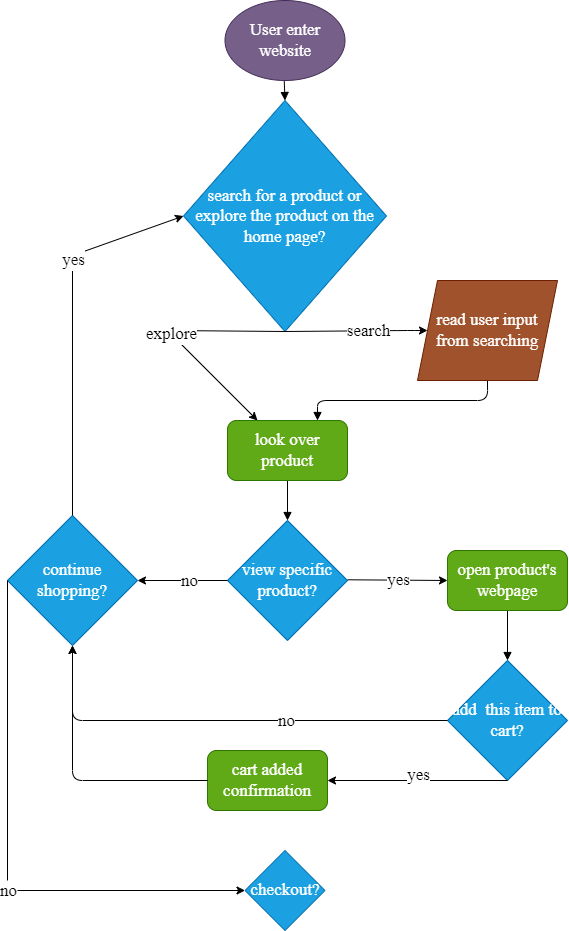
The draw.io diagram explore/diagramming/diagram.drawio.png in ZiyuWang0113/fa22-cse110-lab4, before a commit. Source tidied: cells renumbered, new cells last; positions are measured from the earlier drawing's top-left corner, leaving out a move shared by most shapes.
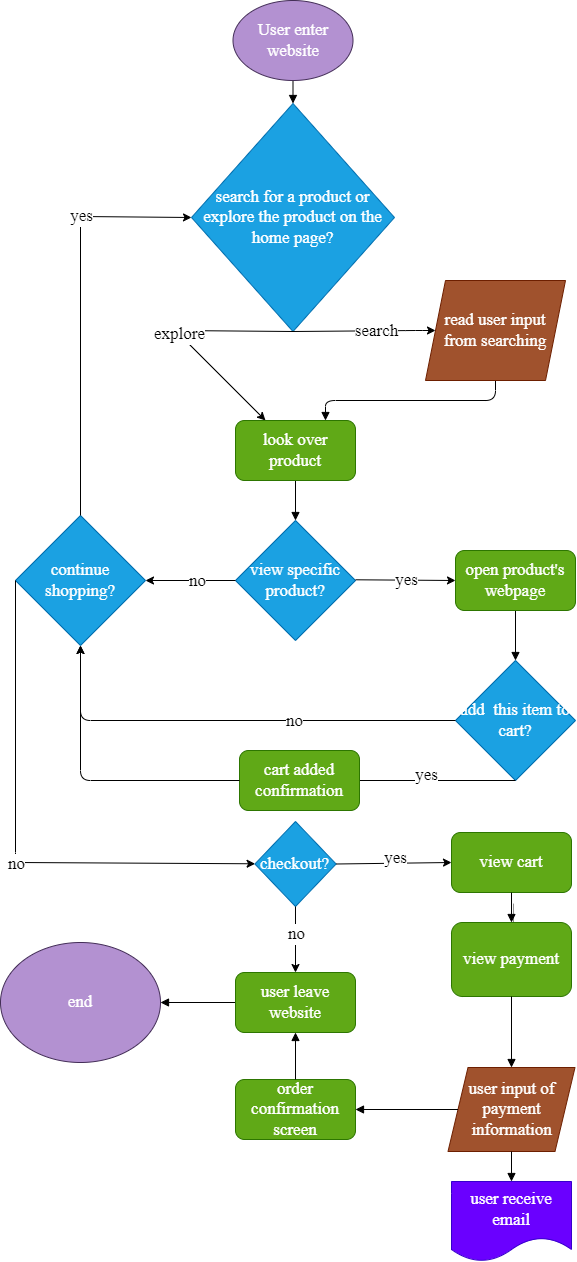
The same file after the commit.

What changed in the source:
```diff
@@ -6,7 +6,7 @@
       <mxGeometry relative="1" as="geometry" />
     </mxCell>
     <mxCell id="3" value="search for a product or explore the product on the home page?&lt;br&gt;" style="rhombus;whiteSpace=wrap;html=1;fillColor=#1ba1e2;fontColor=#FFFFFF;strokeColor=#006EAF;fontSize=17;fontFamily=Times New Roman;labelBorderColor=none;" parent="1" vertex="1">
-      <mxGeometry x="176" y="100" width="203" height="231" as="geometry" />
+      <mxGeometry x="176" y="103" width="203" height="228" as="geometry" />
     </mxCell>
     <mxCell id="4" style="endArrow=classic;html=1;fontSize=17;entryX=0;entryY=0.5;entryDx=0;entryDy=0;exitX=0.5;exitY=1;exitDx=0;exitDy=0;fontFamily=Times New Roman;fontColor=#FFFFFF;labelBorderColor=none;" parent="1" edge="1" source="3" target="11">
       <mxGeometry relative="1" as="geometry">
@@ -45,7 +45,7 @@
     <mxCell id="12" value="view specific product?&lt;br&gt;" style="rhombus;whiteSpace=wrap;html=1;fontSize=17;fillColor=#1ba1e2;fontColor=#FFFFFF;strokeColor=#006EAF;fontFamily=Times New Roman;labelBorderColor=none;" parent="1" vertex="1">
       <mxGeometry x="220" y="520" width="120" height="120" as="geometry" />
     </mxCell>
-    <mxCell id="13" value="User enter website" style="ellipse;whiteSpace=wrap;html=1;fillColor=#76608a;fontColor=#ffffff;strokeColor=#432D57;fontSize=17;fontFamily=Times New Roman;labelBorderColor=none;" parent="1" vertex="1">
+    <mxCell id="13" value="User enter website" style="ellipse;whiteSpace=wrap;html=1;fillColor=#B391D1;fontColor=#ffffff;strokeColor=#432D57;fontSize=17;fontFamily=Times New Roman;labelBorderColor=none;" parent="1" vertex="1">
       <mxGeometry x="217.5" width="120" height="80" as="geometry" />
     </mxCell>
     <mxCell id="14" style="endArrow=classic;html=1;fontSize=17;entryX=0;entryY=0.5;entryDx=0;entryDy=0;exitX=0.5;exitY=1;exitDx=0;exitDy=0;fontFamily=Times New Roman;fontColor=#FFFFFF;labelBorderColor=none;" parent="1" edge="1" target="17">
@@ -76,13 +76,13 @@
     <mxCell id="21" style="endArrow=classic;html=1;fontSize=17;exitX=0.5;exitY=0;exitDx=0;exitDy=0;entryX=0;entryY=0.5;entryDx=0;entryDy=0;fontFamily=Times New Roman;fontColor=#FFFFFF;labelBorderColor=none;" parent="1" edge="1" source="20" target="3">
       <mxGeometry relative="1" as="geometry">
         <Array as="points">
-          <mxPoint x="65" y="255" />
+          <mxPoint x="65" y="216" />
         </Array>
       </mxGeometry>
     </mxCell>
     <mxCell id="22" value="yes" style="edgeLabel;html=1;align=center;verticalAlign=middle;fontSize=17;fontFamily=Times New Roman;fontColor=#080808;labelBorderColor=none;labelBackgroundColor=#FFFFFF;" parent="21" vertex="1">
       <mxGeometry relative="1" as="geometry">
-        <mxPoint y="-66" as="offset" />
+        <mxPoint y="-95" as="offset" />
       </mxGeometry>
     </mxCell>
     <mxCell id="23" value="add&amp;nbsp; this item to cart?&lt;br&gt;" style="rhombus;whiteSpace=wrap;html=1;fontFamily=Times New Roman;fontSize=17;fontColor=#ffffff;fillColor=#1ba1e2;strokeColor=#006EAF;labelBorderColor=none;" parent="1" vertex="1">
@@ -113,17 +113,17 @@
     <mxCell id="28" style="endArrow=classic;html=1;fontSize=17;exitX=0;exitY=0.5;exitDx=0;exitDy=0;fontFamily=Times New Roman;fontColor=#FFFFFF;labelBorderColor=none;" parent="1" edge="1" source="20" target="32">
       <mxGeometry relative="1" as="geometry">
         <Array as="points">
-          <mxPoint y="890" />
+          <mxPoint y="862" />
         </Array>
       </mxGeometry>
     </mxCell>
     <mxCell id="29" value="no&lt;br&gt;" style="edgeLabel;html=1;align=center;verticalAlign=middle;fontSize=17;fontFamily=Times New Roman;fontColor=#000000;labelBorderColor=none;labelBackgroundColor=#FFFFFF;" parent="28" vertex="1">
       <mxGeometry relative="1" as="geometry">
-        <mxPoint y="36" as="offset" />
+        <mxPoint y="23" as="offset" />
       </mxGeometry>
     </mxCell>
     <mxCell id="30" value="cart added confirmation" style="rounded=1;whiteSpace=wrap;html=1;fontSize=17;fillColor=#60a917;fontColor=#FFFFFF;strokeColor=#2D7600;fontFamily=Times New Roman;labelBorderColor=none;" parent="1" vertex="1">
-      <mxGeometry x="200" y="750" width="120" height="60" as="geometry" />
+      <mxGeometry x="224" y="750" width="120" height="60" as="geometry" />
     </mxCell>
     <mxCell id="31" style="endArrow=classic;html=1;fontSize=17;exitX=0;exitY=0.5;exitDx=0;exitDy=0;fontFamily=Times New Roman;fontColor=#FFFFFF;entryX=0.5;entryY=1;entryDx=0;entryDy=0;labelBorderColor=none;" parent="1" edge="1" source="30" target="20">
       <mxGeometry relative="1" as="geometry">
@@ -133,7 +133,68 @@
       </mxGeometry>
     </mxCell>
     <mxCell id="32" value="checkout?&lt;br&gt;" style="rhombus;whiteSpace=wrap;html=1;fontFamily=Times New Roman;fontSize=17;fontColor=#ffffff;labelBorderColor=none;fillColor=#1ba1e2;strokeColor=#006EAF;" parent="1" vertex="1">
-      <mxGeometry x="237.5" y="850" width="80" height="80" as="geometry" />
+      <mxGeometry x="239.4" y="821" width="81.2" height="85" as="geometry" />
     </mxCell>
+    <mxCell id="33" style="endArrow=classic;html=1;fontSize=17;fontFamily=Times New Roman;fontColor=#FFFFFF;labelBorderColor=none;exitX=1;exitY=0.5;exitDx=0;exitDy=0;entryX=0;entryY=0.5;entryDx=0;entryDy=0;" parent="1" edge="1" source="32" target="35">
+      <mxGeometry relative="1" as="geometry" />
+    </mxCell>
+    <mxCell id="34" value="yes&lt;br&gt;" style="edgeLabel;html=1;align=center;verticalAlign=middle;fontSize=17;fontFamily=Times New Roman;fontColor=#000000;labelBorderColor=none;labelBackgroundColor=#FFFFFF;" parent="33" vertex="1">
+      <mxGeometry relative="1" as="geometry">
+        <mxPoint y="-6" as="offset" />
+      </mxGeometry>
+    </mxCell>
+    <mxCell id="35" value="view cart&lt;br&gt;" style="rounded=1;whiteSpace=wrap;html=1;fontSize=17;fillColor=#60a917;fontColor=#FFFFFF;strokeColor=#2D7600;fontFamily=Times New Roman;labelBorderColor=none;" parent="1" vertex="1">
+      <mxGeometry x="436" y="832" width="120" height="60" as="geometry" />
+    </mxCell>
+    <mxCell id="36" style="edgeStyle=orthogonalEdgeStyle;sketch=0;html=1;shadow=1;labelBackgroundColor=#FFFFFF;labelBorderColor=none;fontFamily=Times New Roman;fontSize=17;fontColor=#FFFFFF;endArrow=block;endFill=1;strokeColor=#FFFFFF;" parent="1" edge="1" source="38" target="35">
+      <mxGeometry relative="1" as="geometry" />
+    </mxCell>
+    <mxCell id="37" style="edgeStyle=orthogonalEdgeStyle;sketch=0;html=1;shadow=1;labelBackgroundColor=#FFFFFF;labelBorderColor=none;fontFamily=Times New Roman;fontSize=17;fontColor=#FFFFFF;endArrow=block;endFill=1;strokeColor=#FFFFFF;" parent="1" edge="1" source="38" target="35">
+      <mxGeometry relative="1" as="geometry" />
+    </mxCell>
+    <mxCell id="38" value="view payment" style="rounded=1;whiteSpace=wrap;html=1;fontSize=17;fillColor=#60a917;fontColor=#FFFFFF;strokeColor=#2D7600;fontFamily=Times New Roman;labelBorderColor=none;" parent="1" vertex="1">
+      <mxGeometry x="436" y="922" width="120" height="74" as="geometry" />
+    </mxCell>
+    <mxCell id="39" value="user input of payment information" style="shape=parallelogram;perimeter=parallelogramPerimeter;whiteSpace=wrap;html=1;fixedSize=1;fontSize=17;fillColor=#a0522d;fontColor=#ffffff;strokeColor=#6D1F00;fontFamily=Times New Roman;labelBorderColor=none;" parent="1" vertex="1">
+      <mxGeometry x="432.5" y="1067" width="127" height="84" as="geometry" />
+    </mxCell>
+    <mxCell id="40" value="user receive email" style="shape=document;whiteSpace=wrap;html=1;boundedLbl=1;labelBackgroundColor=#6A00FF;labelBorderColor=none;fontFamily=Times New Roman;fontSize=17;fontColor=#ffffff;fillColor=#6a00ff;strokeColor=#3700CC;" parent="1" vertex="1">
+      <mxGeometry x="436" y="1181" width="120" height="80" as="geometry" />
+    </mxCell>
+    <mxCell id="41" style="endArrow=classic;html=1;fontSize=17;fontFamily=Times New Roman;fontColor=#FFFFFF;labelBorderColor=none;exitX=0.5;exitY=1;exitDx=0;exitDy=0;entryX=0.5;entryY=0;entryDx=0;entryDy=0;" parent="1" edge="1" source="32" target="47">
+      <mxGeometry relative="1" as="geometry" />
+    </mxCell>
+    <mxCell id="42" value="no&lt;br&gt;" style="edgeLabel;html=1;align=center;verticalAlign=middle;fontSize=17;fontFamily=Times New Roman;fontColor=#000000;labelBorderColor=none;labelBackgroundColor=#FFFFFF;" parent="41" vertex="1">
+      <mxGeometry relative="1" as="geometry">
+        <mxPoint y="-6" as="offset" />
+      </mxGeometry>
+    </mxCell>
+    <mxCell id="43" style="edgeStyle=orthogonalEdgeStyle;html=1;exitX=0.5;exitY=1;exitDx=0;exitDy=0;fontSize=17;endArrow=block;endFill=1;entryX=0.5;entryY=0;entryDx=0;entryDy=0;fontFamily=Times New Roman;fontColor=#FFFFFF;labelBorderColor=none;" parent="1" edge="1" source="35" target="38">
+      <mxGeometry relative="1" as="geometry" />
+    </mxCell>
+    <mxCell id="44" style="edgeStyle=orthogonalEdgeStyle;html=1;fontSize=17;endArrow=block;endFill=1;entryX=0.5;entryY=0;entryDx=0;entryDy=0;fontFamily=Times New Roman;fontColor=#FFFFFF;labelBorderColor=none;exitX=0.5;exitY=1;exitDx=0;exitDy=0;" parent="1" edge="1" source="38" target="39">
+      <mxGeometry relative="1" as="geometry" />
+    </mxCell>
+    <mxCell id="45" style="edgeStyle=orthogonalEdgeStyle;html=1;fontSize=17;endArrow=block;endFill=1;entryX=0.5;entryY=0;entryDx=0;entryDy=0;fontFamily=Times New Roman;fontColor=#FFFFFF;labelBorderColor=none;exitX=0.5;exitY=1;exitDx=0;exitDy=0;" parent="1" edge="1" source="39" target="40">
+      <mxGeometry relative="1" as="geometry" />
+    </mxCell>
+    <mxCell id="46" style="edgeStyle=orthogonalEdgeStyle;sketch=0;html=1;exitX=0;exitY=0.5;exitDx=0;exitDy=0;shadow=0;labelBackgroundColor=default;labelBorderColor=none;fontFamily=Times New Roman;fontSize=17;fontColor=#FFFFFF;endArrow=block;endFill=1;strokeColor=default;" parent="1" edge="1" source="47" target="51">
+      <mxGeometry relative="1" as="geometry" />
+    </mxCell>
+    <mxCell id="47" value="user leave website&lt;br&gt;" style="rounded=1;whiteSpace=wrap;html=1;fontSize=17;fillColor=#60a917;fontColor=#FFFFFF;strokeColor=#2D7600;fontFamily=Times New Roman;labelBorderColor=none;" parent="1" vertex="1">
+      <mxGeometry x="220" y="972" width="120" height="60" as="geometry" />
+    </mxCell>
+    <mxCell id="48" style="edgeStyle=orthogonalEdgeStyle;html=1;fontSize=17;endArrow=block;endFill=1;fontFamily=Times New Roman;fontColor=#FFFFFF;labelBorderColor=none;exitX=0;exitY=0.5;exitDx=0;exitDy=0;entryX=1;entryY=0.5;entryDx=0;entryDy=0;" parent="1" edge="1" source="39" target="49">
+      <mxGeometry relative="1" as="geometry" />
+    </mxCell>
+    <mxCell id="49" value="order confirmation screen&lt;br&gt;" style="rounded=1;whiteSpace=wrap;html=1;fontSize=17;fillColor=#60a917;fontColor=#FFFFFF;strokeColor=#2D7600;fontFamily=Times New Roman;labelBorderColor=none;" parent="1" vertex="1">
+      <mxGeometry x="220" y="1079" width="120" height="60" as="geometry" />
+    </mxCell>
+    <mxCell id="50" style="endArrow=block;html=1;shadow=0;labelBackgroundColor=default;labelBorderColor=none;sketch=0;fontFamily=Times New Roman;fontSize=17;fontColor=#FFFFFF;strokeColor=default;entryX=0.5;entryY=1;entryDx=0;entryDy=0;exitX=0.5;exitY=0;exitDx=0;exitDy=0;endFill=1;" parent="1" edge="1" source="49" target="47">
+      <mxGeometry relative="1" as="geometry" />
+    </mxCell>
+    <mxCell id="51" value="end" style="ellipse;whiteSpace=wrap;html=1;fillColor=#B391D1;fontColor=#ffffff;strokeColor=#432D57;fontSize=17;fontFamily=Times New Roman;labelBorderColor=none;" parent="1" vertex="1">
+      <mxGeometry x="-15" y="942" width="160" height="120" as="geometry" />
+    </mxCell>
   </root>
 </mxGraphModel>
```
